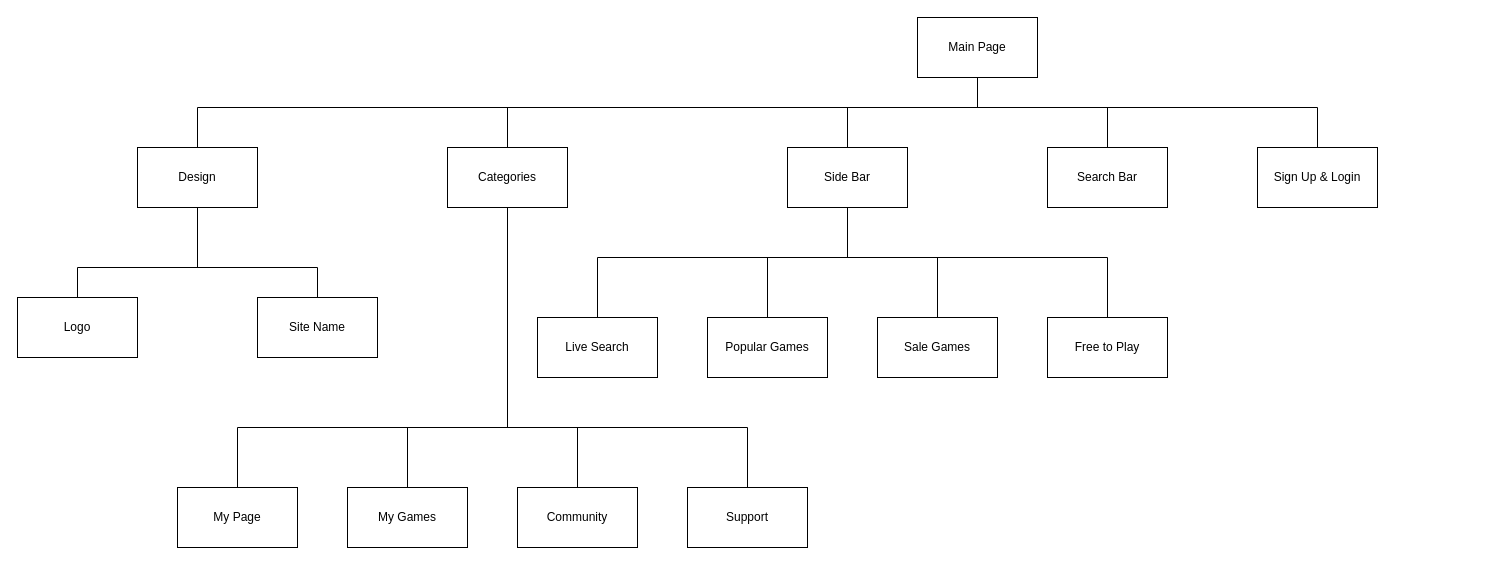
This is Untitled Diagram.drawio from cpssmgyu/Object-oriented-Programming-Assignment-, a draw.io file, before an edit. Source tidied: cells renumbered, new cells numbered last; positions are measured from the earlier drawing's top-left corner, leaving out a move shared by most shapes. Both pictures are drawn from the tidied source at 100%, with x=0, y=0 at pixel (17, 17).
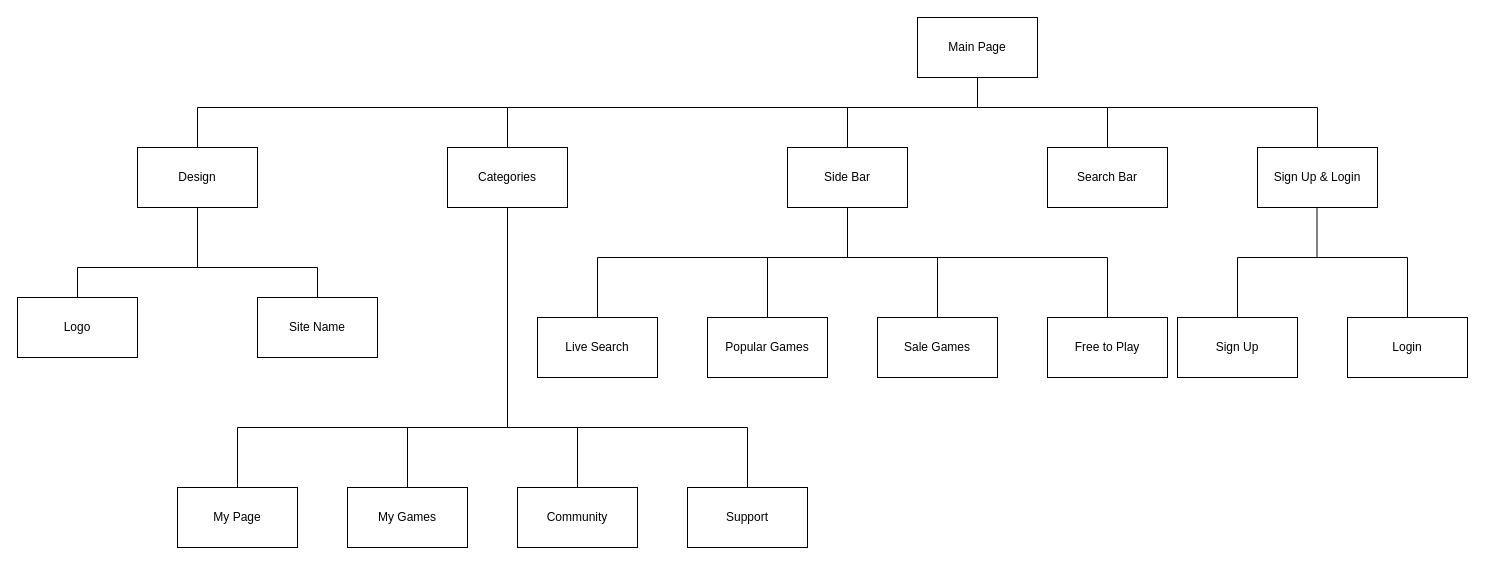
The same page after the edit.

What changed in the source:
```diff
@@
+    <mxCell id="41" style="endArrow=none;html=1;entryX=0.5;entryY=1;entryDx=0;entryDy=0;" parent="1" edge="1">
+      <mxGeometry relative="1" as="geometry">
+        <mxPoint x="1299.5" y="240" as="sourcePoint" />
+        <mxPoint x="1299.5" y="190" as="targetPoint" />
+      </mxGeometry>
+    </mxCell>
+    <mxCell id="42" style="endArrow=none;html=1;" parent="1" edge="1">
+      <mxGeometry relative="1" as="geometry">
+        <mxPoint x="1220" y="240" as="sourcePoint" />
+        <mxPoint x="1390" y="240" as="targetPoint" />
+      </mxGeometry>
+    </mxCell>
+    <mxCell id="43" style="endArrow=none;html=1;entryX=0.5;entryY=1;entryDx=0;entryDy=0;exitX=0.5;exitY=0;exitDx=0;exitDy=0;" parent="1" edge="1" source="45">
+      <mxGeometry relative="1" as="geometry">
+        <mxPoint x="1220" y="240" as="targetPoint" />
+      </mxGeometry>
+    </mxCell>
+    <mxCell id="44" style="endArrow=none;html=1;entryX=0.5;entryY=1;entryDx=0;entryDy=0;exitX=0.5;exitY=0;exitDx=0;exitDy=0;" parent="1" edge="1" source="46">
+      <mxGeometry relative="1" as="geometry">
+        <mxPoint x="1390" y="240" as="targetPoint" />
+      </mxGeometry>
+    </mxCell>
+    <mxCell id="45" value="Sign Up" style="rounded=0;whiteSpace=wrap;html=1;" parent="1" vertex="1">
+      <mxGeometry x="1160" y="300" width="120" height="60" as="geometry" />
+    </mxCell>
+    <mxCell id="46" value="Login" style="rounded=0;whiteSpace=wrap;html=1;" parent="1" vertex="1">
+      <mxGeometry x="1330" y="300" width="120" height="60" as="geometry" />
+    </mxCell>
```
